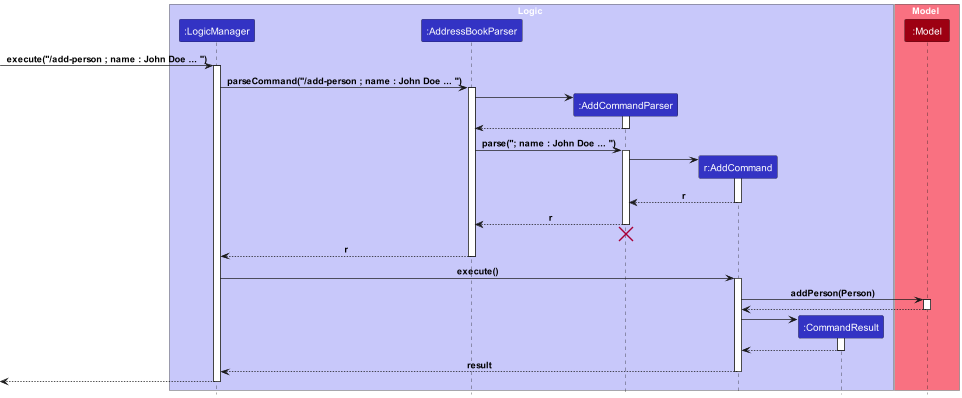
Before: docs/images/AddCommandSequenceDiagram.png, a diagram exported from PlantUML (yleeyilin/tp).
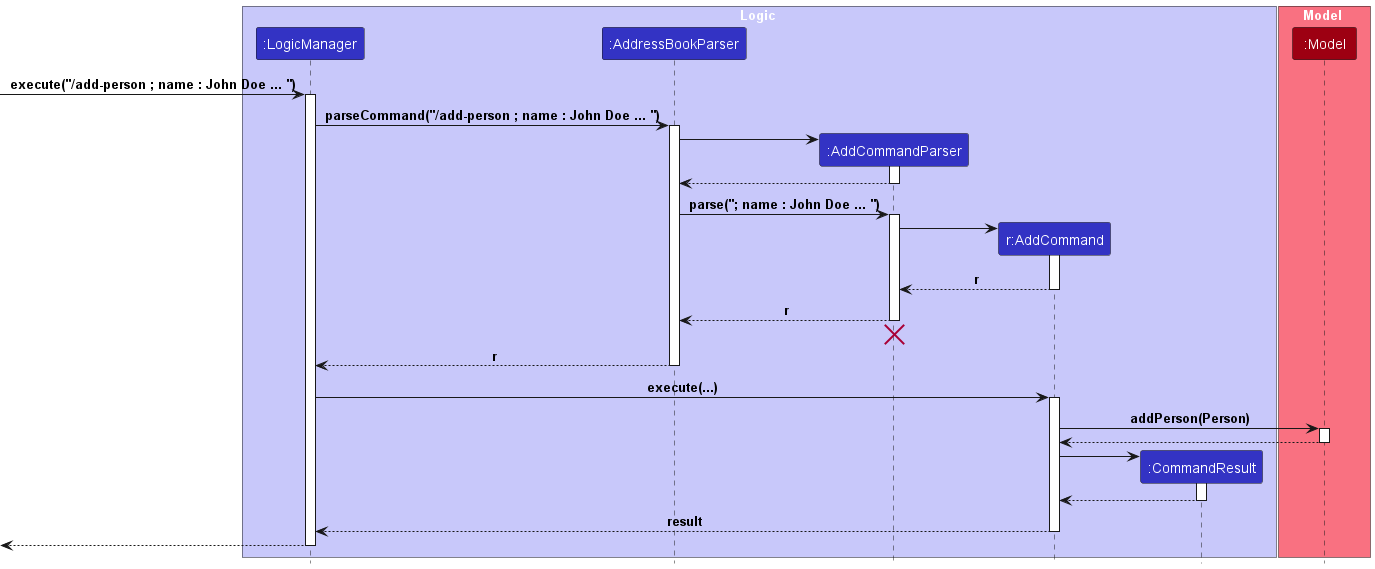
Above is the later version.

What changed in the source:
```diff
@@ -45,7 +45,7 @@
 AddressBookParser --> LogicManager : r
 deactivate AddressBookParser
 
-LogicManager -> AddCommand : execute()
+LogicManager -> AddCommand : execute(...)
 activate AddCommand
 
 AddCommand -> Model : addPerson(Person)
```
